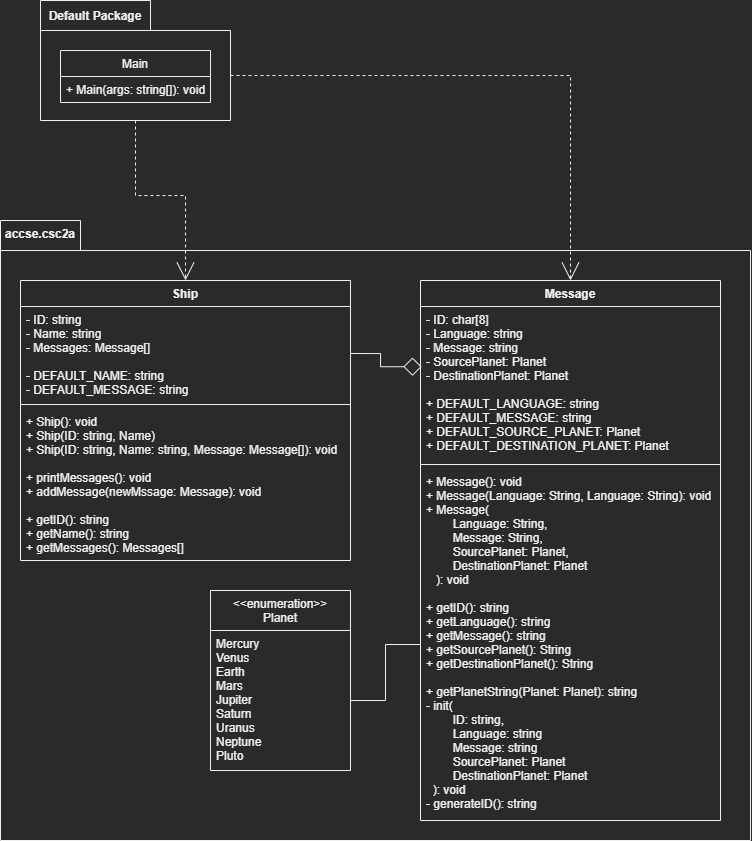
Before: docs/UML.png, a diagram exported from draw.io (ThaBeanBoy/UJ_CSC2A_P03). Source tidied: cells renumbered, new cells last; positions are measured from the earlier drawing's top-left corner, leaving out a move shared by most shapes.
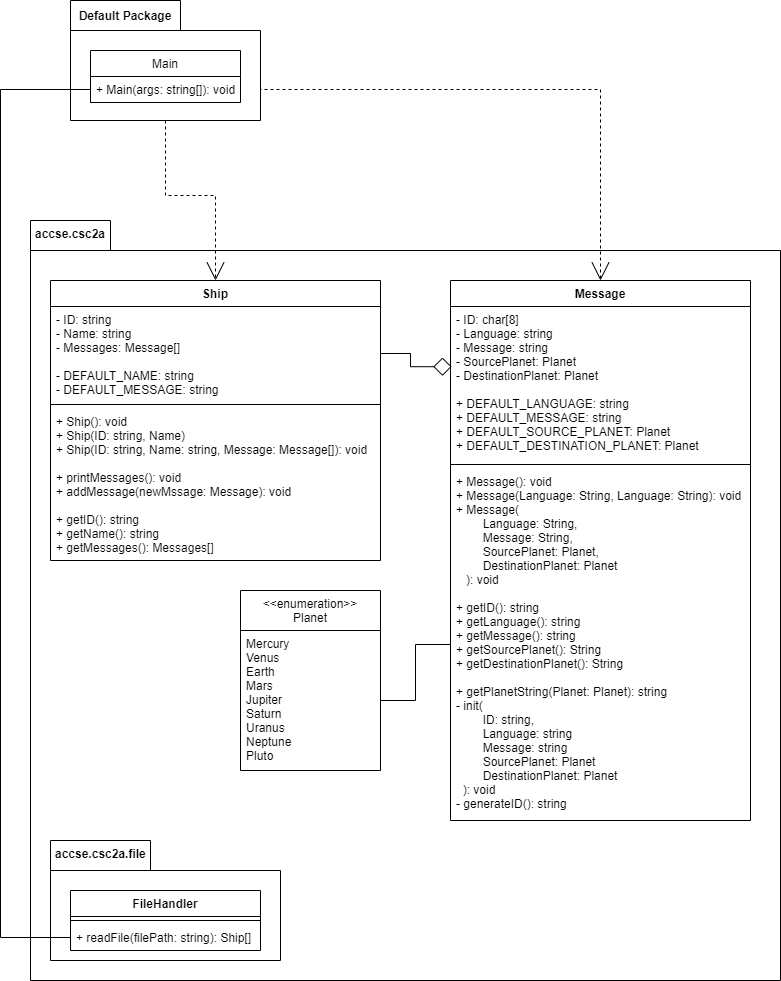
Above is the later version.

Diff of the diagram source:
```diff
@@ -3,7 +3,7 @@
     <mxCell id="0" />
     <mxCell id="1" parent="0" />
     <mxCell id="2" style="shape=folder;fontStyle=1;spacingTop=10;tabWidth=80;tabHeight=30;tabPosition=left;html=1;" parent="1" vertex="1">
-      <mxGeometry y="220" width="750" height="620" as="geometry" />
+      <mxGeometry y="220" width="750" height="760" as="geometry" />
     </mxCell>
     <mxCell id="3" value="Ship" style="swimlane;fontStyle=1;align=center;verticalAlign=top;horizontal=1;startSize=26;" parent="1" vertex="1">
       <mxGeometry x="20" y="280" width="330" height="280" as="geometry" />
@@ -44,7 +44,7 @@
     <mxCell id="15" style="edgeStyle=orthogonalEdgeStyle;rounded=0;jettySize=auto;html=1;exitX=0.5;exitY=1;exitDx=0;exitDy=0;exitPerimeter=0;entryX=0.5;entryY=0;entryDx=0;entryDy=0;endArrow=open;endFill=0;endSize=16;strokeWidth=1;dashed=1;" parent="1" edge="1" source="17" target="3">
       <mxGeometry relative="1" as="geometry" />
     </mxCell>
-    <mxCell id="16" style="edgeStyle=orthogonalEdgeStyle;rounded=0;jettySize=auto;html=1;exitX=0;exitY=0;exitDx=190;exitDy=75;exitPerimeter=0;entryX=0.5;entryY=0;entryDx=0;entryDy=0;endArrow=open;endFill=0;endSize=16;strokeWidth=1;dashed=1;" parent="1" edge="1" source="17" target="8">
+    <mxCell id="16" style="edgeStyle=orthogonalEdgeStyle;rounded=0;jettySize=auto;html=1;exitX=1;exitY=0.5;exitDx=0;exitDy=0;entryX=0.5;entryY=0;entryDx=0;entryDy=0;endArrow=open;endFill=0;endSize=16;strokeWidth=1;dashed=1;" parent="1" edge="1" source="21" target="8">
       <mxGeometry relative="1" as="geometry" />
     </mxCell>
     <mxCell id="17" style="shape=folder;fontStyle=1;spacingTop=10;tabWidth=110;tabHeight=30;tabPosition=left;html=1;" parent="1" vertex="1">
@@ -62,5 +62,28 @@
     <mxCell id="21" value="+ Main(args: string[]): void" style="text;strokeColor=none;fillColor=none;align=left;verticalAlign=top;spacingLeft=4;spacingRight=4;overflow=hidden;points=[[0,0.5],[1,0.5]];portConstraint=eastwest;" parent="20" vertex="1">
       <mxGeometry y="26" width="150" height="26" as="geometry" />
     </mxCell>
+    <mxCell id="22" style="shape=folder;fontStyle=1;spacingTop=10;tabWidth=100;tabHeight=30;tabPosition=left;html=1;" parent="1" vertex="1">
+      <mxGeometry x="20" y="840" width="230" height="120" as="geometry" />
+    </mxCell>
+    <mxCell id="23" value="FileHandler" style="swimlane;fontStyle=1;align=center;verticalAlign=top;horizontal=1;startSize=26;" parent="1" vertex="1">
+      <mxGeometry x="40" y="890" width="190" height="60" as="geometry" />
+    </mxCell>
+    <mxCell id="24" style="line;strokeWidth=1;fillColor=none;align=left;verticalAlign=middle;spacingTop=-1;spacingLeft=3;spacingRight=3;labelPosition=right;" parent="23" vertex="1">
+      <mxGeometry y="26" width="190" height="8" as="geometry" />
+    </mxCell>
+    <mxCell id="25" value="+ readFile(filePath: string): Ship[]" style="text;strokeColor=none;fillColor=none;align=left;verticalAlign=top;spacingLeft=4;spacingRight=4;overflow=hidden;points=[[0,0.5],[1,0.5]];portConstraint=eastwest;" parent="23" vertex="1">
+      <mxGeometry y="34" width="190" height="26" as="geometry" />
+    </mxCell>
+    <mxCell id="26" value="accse.csc2a.file" style="text;align=left;fontStyle=1;verticalAlign=middle;spacingLeft=3;spacingRight=3;strokeColor=none;" parent="1" vertex="1">
+      <mxGeometry x="20" y="840" width="80" height="26" as="geometry" />
+    </mxCell>
+    <mxCell id="27" style="edgeStyle=orthogonalEdgeStyle;rounded=0;jettySize=auto;html=1;exitX=0;exitY=0.5;exitDx=0;exitDy=0;entryX=0;entryY=0.5;entryDx=0;entryDy=0;endArrow=none;endFill=0;" parent="1" edge="1" source="25" target="21">
+      <mxGeometry relative="1" as="geometry">
+        <Array as="points">
+          <mxPoint x="-30" y="937" />
+          <mxPoint x="-30" y="89" />
+        </Array>
+      </mxGeometry>
+    </mxCell>
   </root>
 </mxGraphModel>
```
